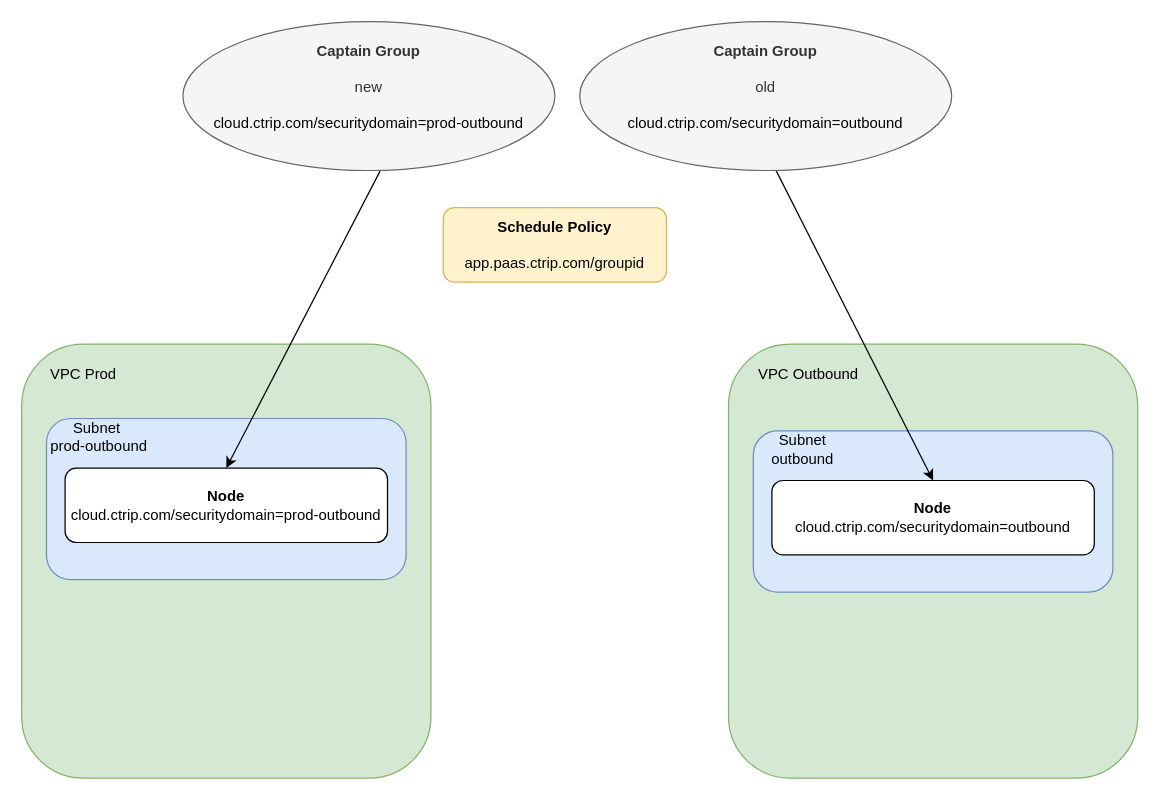
This is page "option2" (2 of 2) of fra-aws-outbound-transformation.drawio from YanshanSong/draw.io, a draw.io file, before an edit. Source tidied: cells renumbered, new cells numbered last; positions are measured from the earlier drawing's top-left corner, leaving out a move shared by most shapes. Both pictures are drawn from the tidied source at 124%, with x=0, y=0 at pixel (21, 21).
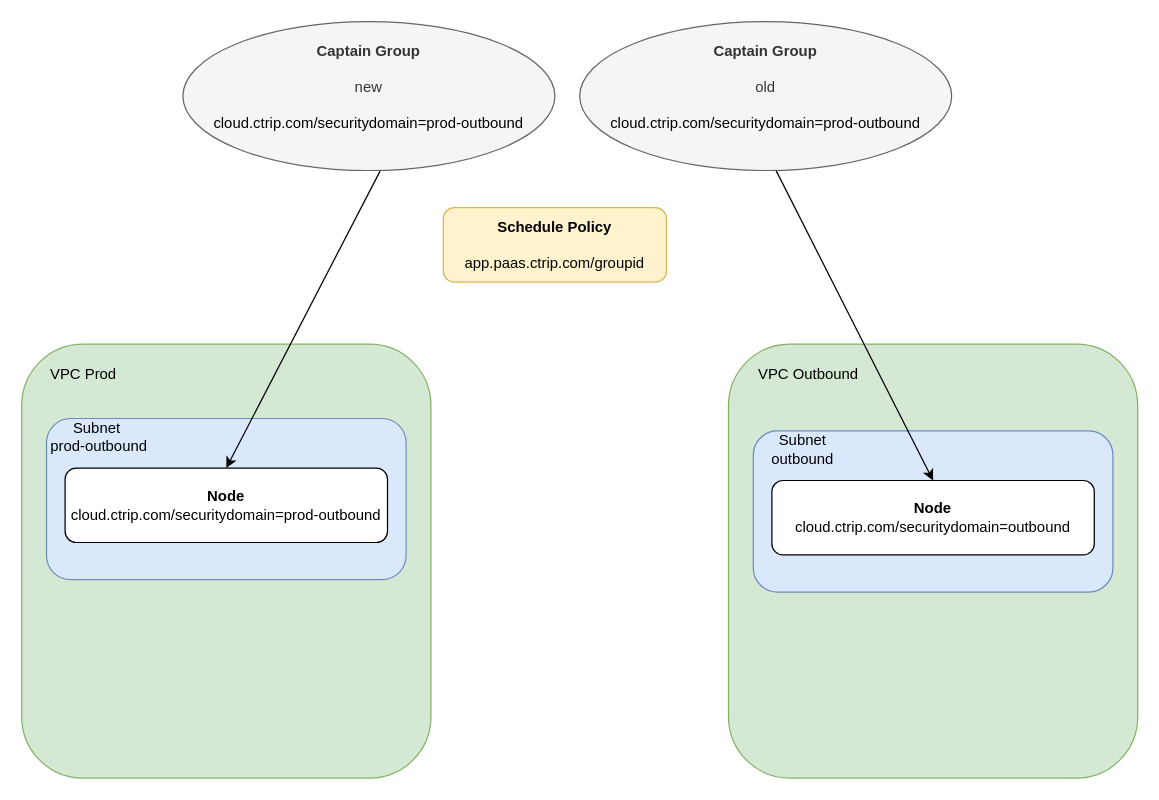
The same diagram, later.

Diff of the diagram source:
```diff
@@
 <mxGraphModel>
   <root>
     <mxCell id="0" />
     <mxCell id="1" parent="0" />
     <mxCell id="2" style="rounded=1;whiteSpace=wrap;html=1;fillColor=#d5e8d4;strokeColor=#82b366;" parent="1" vertex="1">
       <mxGeometry x="570" y="260" width="330" height="350" as="geometry" />
     </mxCell>
     <mxCell id="3" style="rounded=1;whiteSpace=wrap;html=1;fillColor=#d5e8d4;strokeColor=#82b366;" parent="1" vertex="1">
       <mxGeometry y="260" width="330" height="350" as="geometry" />
     </mxCell>
     <mxCell id="4" style="rounded=1;whiteSpace=wrap;html=1;fillColor=#dae8fc;strokeColor=#6c8ebf;" parent="1" vertex="1">
       <mxGeometry x="20" y="320" width="290" height="130" as="geometry" />
     </mxCell>
     <mxCell id="5" style="rounded=1;whiteSpace=wrap;html=1;fillColor=#dae8fc;strokeColor=#6c8ebf;" parent="1" vertex="1">
       <mxGeometry x="590" y="330" width="290" height="130" as="geometry" />
     </mxCell>
     <mxCell id="6" value="VPC Prod" style="text;html=1;align=center;verticalAlign=middle;whiteSpace=wrap;rounded=0;" parent="1" vertex="1">
       <mxGeometry x="20" y="270" width="60" height="30" as="geometry" />
     </mxCell>
     <mxCell id="7" value="&amp;nbsp;VPC Outbound" style="text;html=1;align=center;verticalAlign=middle;whiteSpace=wrap;rounded=0;" parent="1" vertex="1">
       <mxGeometry x="587.5" y="270" width="90" height="30" as="geometry" />
     </mxCell>
     <mxCell id="8" value="Subnet&amp;nbsp;&lt;div&gt;prod-outbound&lt;/div&gt;" style="text;html=1;align=center;verticalAlign=middle;whiteSpace=wrap;rounded=0;" parent="1" vertex="1">
       <mxGeometry x="20" y="320" width="85" height="30" as="geometry" />
     </mxCell>
     <mxCell id="9" value="Subnet&lt;div&gt;outbound&lt;/div&gt;" style="text;html=1;align=center;verticalAlign=middle;whiteSpace=wrap;rounded=0;" parent="1" vertex="1">
       <mxGeometry x="600" y="330" width="60" height="30" as="geometry" />
     </mxCell>
     <mxCell id="10" value="&lt;b&gt;Node&lt;/b&gt;&lt;div&gt;cloud.ctrip.com/securitydomain&lt;span style=&quot;background-color: initial;&quot;&gt;=&lt;/span&gt;&lt;span style=&quot;background-color: initial;&quot;&gt;prod-outbound&lt;/span&gt;&lt;/div&gt;" style="rounded=1;whiteSpace=wrap;html=1;" parent="1" vertex="1">
       <mxGeometry x="35" y="360" width="260" height="60" as="geometry" />
     </mxCell>
     <mxCell id="11" value="&lt;b&gt;Node&lt;/b&gt;&lt;div&gt;cloud.ctrip.com/securitydomain=outbound&lt;/div&gt;" style="rounded=1;whiteSpace=wrap;html=1;" parent="1" vertex="1">
       <mxGeometry x="605" y="370" width="260" height="60" as="geometry" />
     </mxCell>
     <mxCell id="12" value="&lt;b&gt;Captain Group&lt;/b&gt;&lt;div&gt;&lt;br&gt;&lt;/div&gt;&lt;div&gt;new&lt;/div&gt;&lt;div&gt;&lt;br&gt;&lt;/div&gt;&lt;div&gt;&lt;span style=&quot;color: rgb(0, 0, 0);&quot;&gt;cloud.ctrip.com/securitydomain&lt;/span&gt;&lt;span style=&quot;color: rgb(0, 0, 0); background-color: initial;&quot;&gt;=&lt;/span&gt;&lt;span style=&quot;color: rgb(0, 0, 0); background-color: initial;&quot;&gt;prod-outbound&lt;/span&gt;&lt;br&gt;&lt;/div&gt;&lt;div&gt;&lt;br&gt;&lt;/div&gt;" style="ellipse;whiteSpace=wrap;html=1;fillColor=#f5f5f5;strokeColor=#666666;fontColor=#333333;" parent="1" vertex="1">
       <mxGeometry x="130" width="300" height="120" as="geometry" />
     </mxCell>
     <mxCell id="13" style="endArrow=classic;html=1;rounded=0;exitX=0.53;exitY=1.004;exitDx=0;exitDy=0;entryX=0.5;entryY=0;entryDx=0;entryDy=0;exitPerimeter=0;" parent="1" edge="1" source="12" target="10">
       <mxGeometry relative="1" as="geometry" />
     </mxCell>
     <mxCell id="14" style="endArrow=classic;html=1;rounded=0;exitX=0.527;exitY=0.996;exitDx=0;exitDy=0;entryX=0.5;entryY=0;entryDx=0;entryDy=0;exitPerimeter=0;" parent="1" edge="1" source="15" target="11">
       <mxGeometry relative="1" as="geometry" />
     </mxCell>
-    <mxCell id="15" value="&lt;b&gt;Captain Group&lt;/b&gt;&lt;div&gt;&lt;br&gt;&lt;/div&gt;&lt;div&gt;old&lt;/div&gt;&lt;div&gt;&lt;br&gt;&lt;/div&gt;&lt;div&gt;&lt;span style=&quot;color: rgb(0, 0, 0);&quot;&gt;cloud.ctrip.com/securitydomain=&lt;/span&gt;&lt;span style=&quot;color: rgb(0, 0, 0); background-color: initial;&quot;&gt;outbound&lt;/span&gt;&lt;br&gt;&lt;/div&gt;&lt;div&gt;&lt;br&gt;&lt;/div&gt;" style="ellipse;whiteSpace=wrap;html=1;fillColor=#f5f5f5;strokeColor=#666666;fontColor=#333333;" parent="1" vertex="1">
+    <mxCell id="15" value="&lt;b&gt;Captain Group&lt;/b&gt;&lt;div&gt;&lt;br&gt;&lt;/div&gt;&lt;div&gt;old&lt;/div&gt;&lt;div&gt;&lt;br&gt;&lt;/div&gt;&lt;div&gt;&lt;span style=&quot;color: rgb(0, 0, 0);&quot;&gt;cloud.ctrip.com/securitydomain=prod-&lt;/span&gt;&lt;span style=&quot;color: rgb(0, 0, 0); background-color: initial;&quot;&gt;outbound&lt;/span&gt;&lt;br&gt;&lt;/div&gt;&lt;div&gt;&lt;br&gt;&lt;/div&gt;" style="ellipse;whiteSpace=wrap;html=1;fillColor=#f5f5f5;strokeColor=#666666;fontColor=#333333;" parent="1" vertex="1">
       <mxGeometry x="450" width="300" height="120" as="geometry" />
     </mxCell>
     <mxCell id="16" value="&lt;b&gt;Schedule Policy&lt;/b&gt;&lt;div&gt;&lt;br&gt;&lt;/div&gt;&lt;div&gt;app.paas.ctrip.com/groupid&lt;br&gt;&lt;/div&gt;" style="rounded=1;whiteSpace=wrap;html=1;fillColor=#fff2cc;strokeColor=#d6b656;" parent="1" vertex="1">
       <mxGeometry x="340" y="150" width="180" height="60" as="geometry" />
     </mxCell>
   </root>
 </mxGraphModel>
```
